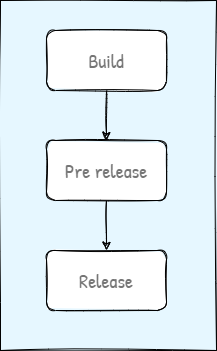
This is documentation/images/workflow process.drawio.png from Nordea-Direct/docs, a draw.io export, as it was before one commit. Source tidied: cells renumbered, new cells last; positions are measured from the earlier drawing's top-left corner, leaving out a move shared by most shapes.
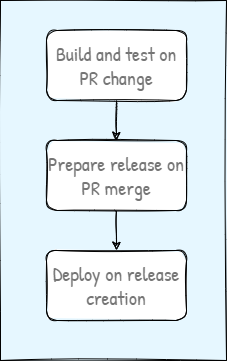
Later version of the same file.

Commit message:
renaming steps

Diff of the diagram source:
```diff
@@ -3,22 +3,22 @@
     <mxCell id="0" />
     <mxCell id="1" parent="0" />
     <mxCell id="2" style="rounded=0;whiteSpace=wrap;html=1;sketch=1;gradientColor=none;fillColor=none;" parent="1" vertex="1">
-      <mxGeometry width="216" height="350" as="geometry" />
+      <mxGeometry width="226" height="360" as="geometry" />
     </mxCell>
     <mxCell id="3" style="edgeStyle=orthogonalEdgeStyle;jettySize=auto;html=1;exitX=0.5;exitY=1;exitDx=0;exitDy=0;entryX=0.5;entryY=0;entryDx=0;entryDy=0;sketch=1;" parent="1" edge="1" source="4" target="6">
       <mxGeometry relative="1" as="geometry" />
     </mxCell>
-    <mxCell id="4" value="Build" style="whiteSpace=wrap;html=1;rounded=1;sketch=1;fontFamily=Patrick Hand;fontSource=https%3A%2F%2Ffonts.googleapis.com%2Fcss%3Ffamily%3DPatrick%2BHand;fontSize=20;fontColor=#757575;" parent="1" vertex="1">
-      <mxGeometry x="46" y="30" width="120" height="60" as="geometry" />
+    <mxCell id="4" value="Build and test on PR change" style="whiteSpace=wrap;html=1;rounded=1;sketch=1;fontFamily=Patrick Hand;fontSource=https%3A%2F%2Ffonts.googleapis.com%2Fcss%3Ffamily%3DPatrick%2BHand;fontSize=20;fontColor=#757575;" parent="1" vertex="1">
+      <mxGeometry x="46" y="30" width="140" height="70" as="geometry" />
     </mxCell>
     <mxCell id="5" style="edgeStyle=orthogonalEdgeStyle;jettySize=auto;html=1;exitX=0.5;exitY=1;exitDx=0;exitDy=0;entryX=0.5;entryY=0;entryDx=0;entryDy=0;sketch=1;" parent="1" edge="1" source="6" target="7">
       <mxGeometry relative="1" as="geometry" />
     </mxCell>
-    <mxCell id="6" value="Pre release" style="whiteSpace=wrap;html=1;rounded=1;sketch=1;fontFamily=Patrick Hand;fontSource=https%3A%2F%2Ffonts.googleapis.com%2Fcss%3Ffamily%3DPatrick%2BHand;fontSize=20;fontColor=#757575;" parent="1" vertex="1">
-      <mxGeometry x="46" y="140" width="120" height="60" as="geometry" />
+    <mxCell id="6" value="Prepare release on PR merge" style="whiteSpace=wrap;html=1;rounded=1;sketch=1;fontFamily=Patrick Hand;fontSource=https%3A%2F%2Ffonts.googleapis.com%2Fcss%3Ffamily%3DPatrick%2BHand;fontSize=20;fontColor=#757575;" parent="1" vertex="1">
+      <mxGeometry x="46" y="140" width="140" height="70" as="geometry" />
     </mxCell>
-    <mxCell id="7" value="Release" style="whiteSpace=wrap;html=1;rounded=1;sketch=1;perimeterSpacing=0;fontFamily=Patrick Hand;fontSource=https%3A%2F%2Ffonts.googleapis.com%2Fcss%3Ffamily%3DPatrick%2BHand;fontSize=20;fontColor=#757575;" parent="1" vertex="1">
-      <mxGeometry x="46" y="250" width="120" height="60" as="geometry" />
+    <mxCell id="7" value="Deploy on release creation" style="whiteSpace=wrap;html=1;rounded=1;sketch=1;perimeterSpacing=0;fontFamily=Patrick Hand;fontSource=https%3A%2F%2Ffonts.googleapis.com%2Fcss%3Ffamily%3DPatrick%2BHand;fontSize=20;fontColor=#757575;" parent="1" vertex="1">
+      <mxGeometry x="46" y="250" width="140" height="70" as="geometry" />
     </mxCell>
   </root>
 </mxGraphModel>
```
